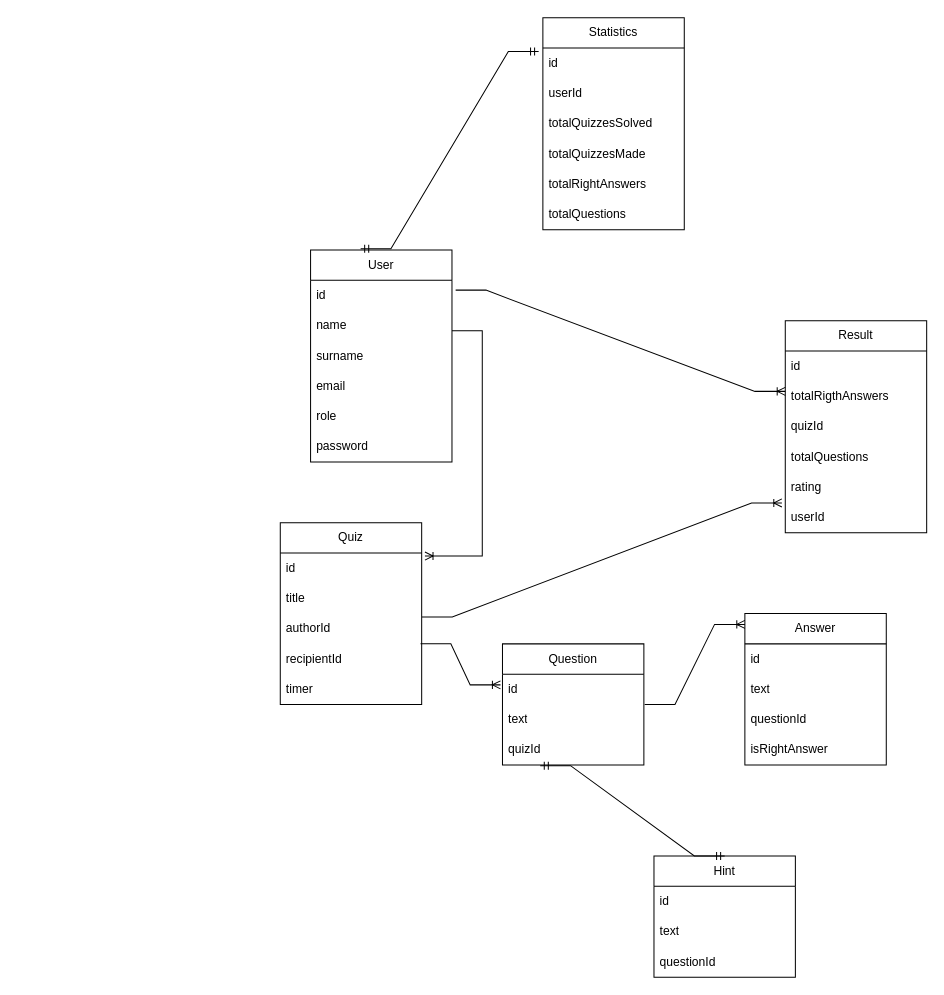
This is server/assets/database-schema.drawio from basharinandrej/quiz-fullstack, a draw.io file, before an edit. Source tidied: cells renumbered, new cells numbered last; positions are measured from the earlier drawing's top-left corner, leaving out a move shared by most shapes. Both pictures are drawn from the tidied source at 101%, with x=0, y=0 at pixel (280, 17).
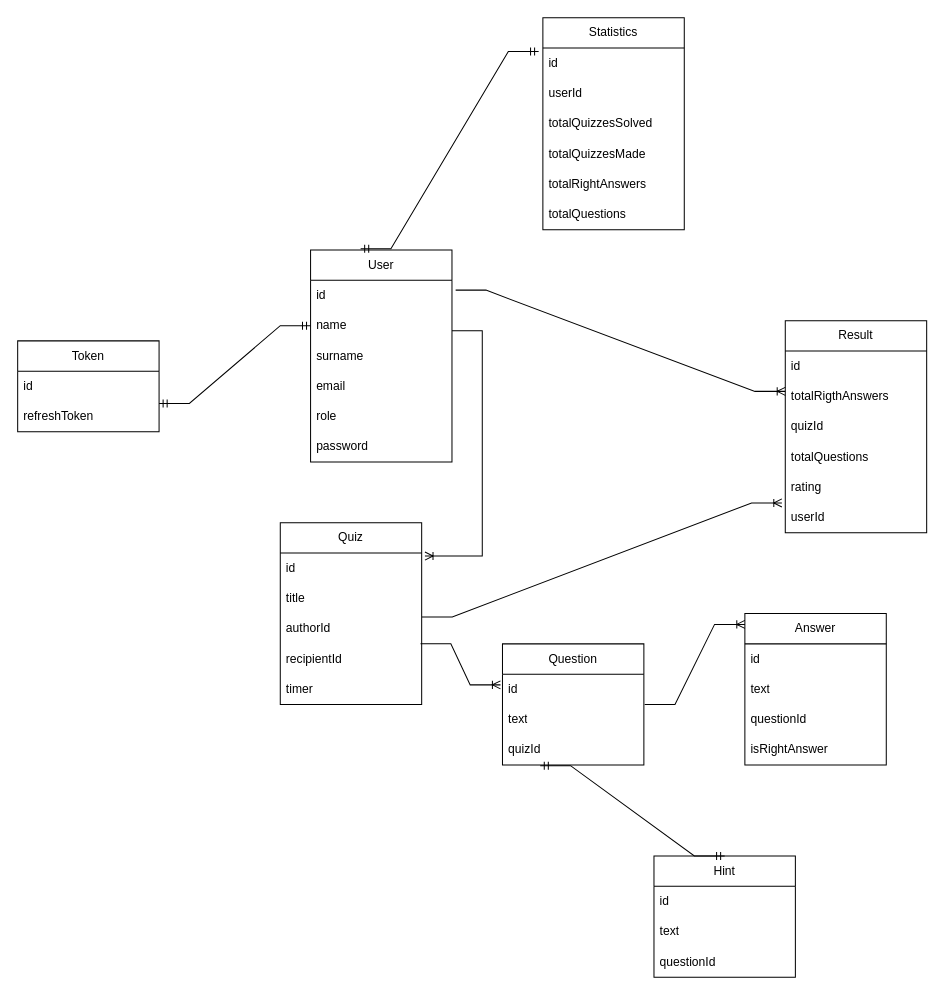
After the change.

The change refers to these unchanged cells:
```xml
<mxCell id="4" value="name" style="text;strokeColor=none;fillColor=none;align=left;verticalAlign=middle;spacingLeft=4;spacingRight=4;overflow=hidden;points=[[0,0.5],[1,0.5]];portConstraint=eastwest;whiteSpace=wrap;html=1;" parent="2" vertex="1">
  <mxGeometry y="60" width="140" height="30" as="geometry" />
</mxCell>
```

What changed in the source:
```diff
@@
+    <mxCell id="49" value="Token" style="swimlane;fontStyle=0;horizontal=1;startSize=30;whiteSpace=wrap;html=1;" parent="1" vertex="1">
+      <mxGeometry x="-260" y="320" width="140" height="90" as="geometry" />
+    </mxCell>
+    <mxCell id="50" value="id&lt;br&gt;" style="text;strokeColor=none;fillColor=none;align=left;verticalAlign=middle;spacingLeft=4;spacingRight=4;overflow=hidden;whiteSpace=wrap;html=1;" parent="49" vertex="1">
+      <mxGeometry y="30" width="140" height="30" as="geometry" />
+    </mxCell>
+    <mxCell id="51" value="refreshToken" style="text;strokeColor=none;fillColor=none;align=left;verticalAlign=middle;spacingLeft=4;spacingRight=4;overflow=hidden;whiteSpace=wrap;html=1;" parent="49" vertex="1">
+      <mxGeometry y="60" width="140" height="30" as="geometry" />
+    </mxCell>
+    <mxCell id="52" style="edgeStyle=entityRelationEdgeStyle;fontSize=12;html=1;endArrow=ERmandOne;startArrow=ERmandOne;rounded=0;entryX=0;entryY=0.5;entryDx=0;entryDy=0;exitX=1;exitY=0.067;exitDx=0;exitDy=0;exitPerimeter=0;" parent="1" edge="1" target="4">
+      <mxGeometry relative="1" as="geometry">
+        <mxPoint x="-120" y="382" as="sourcePoint" />
+      </mxGeometry>
+    </mxCell>
```
